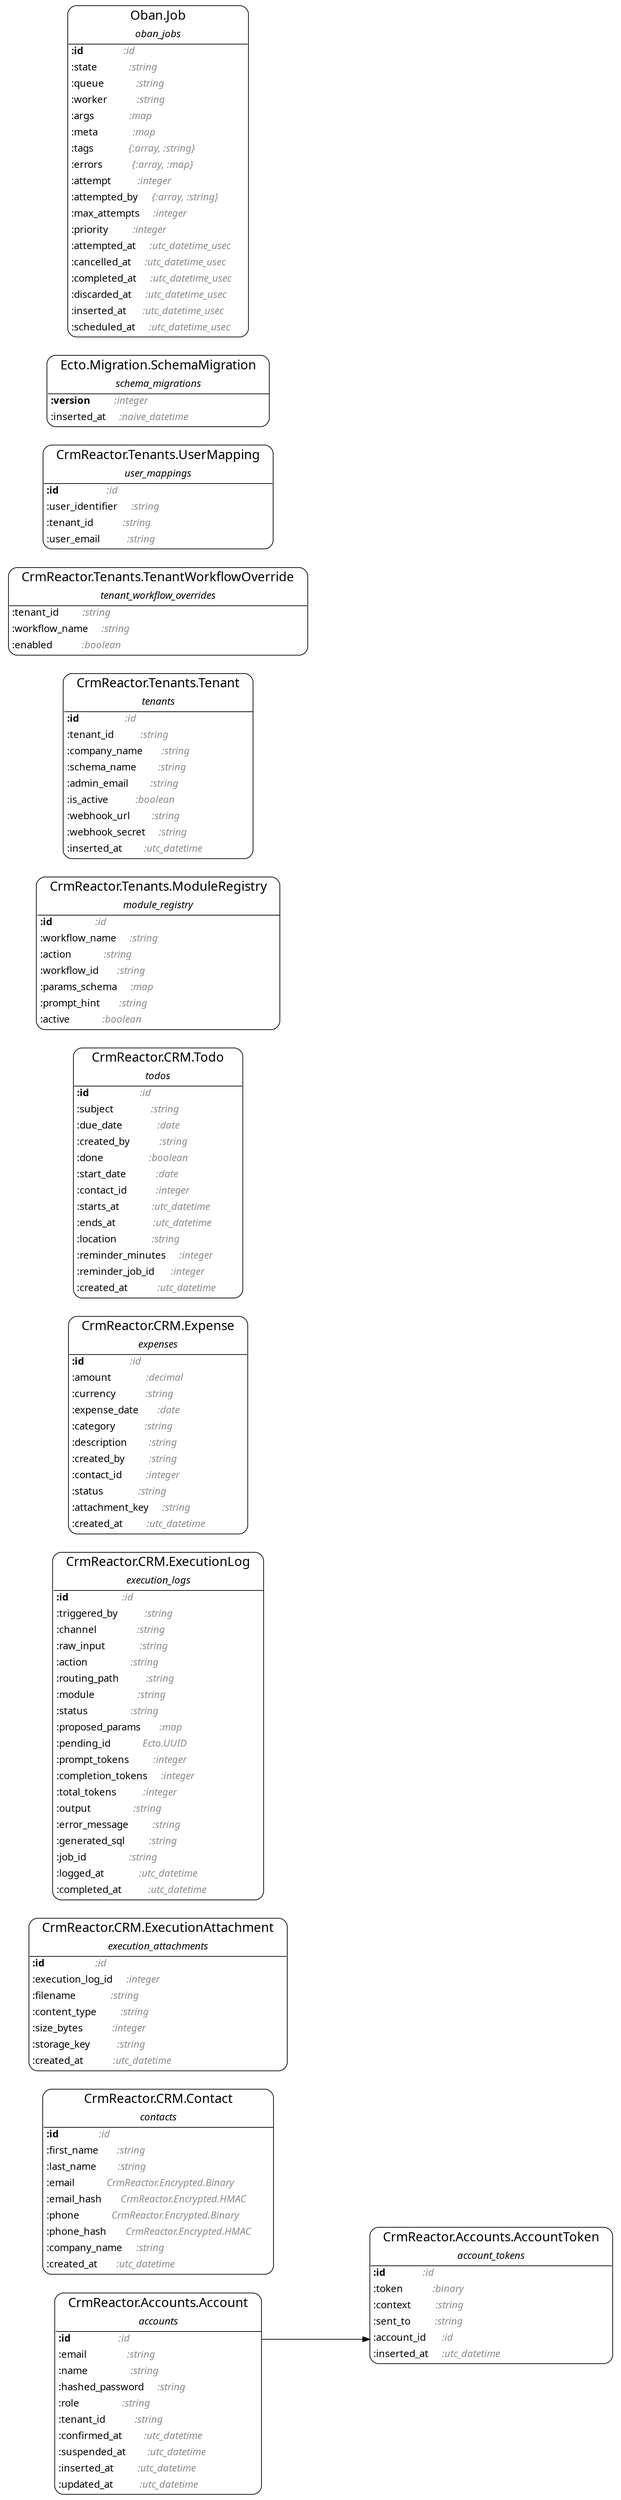
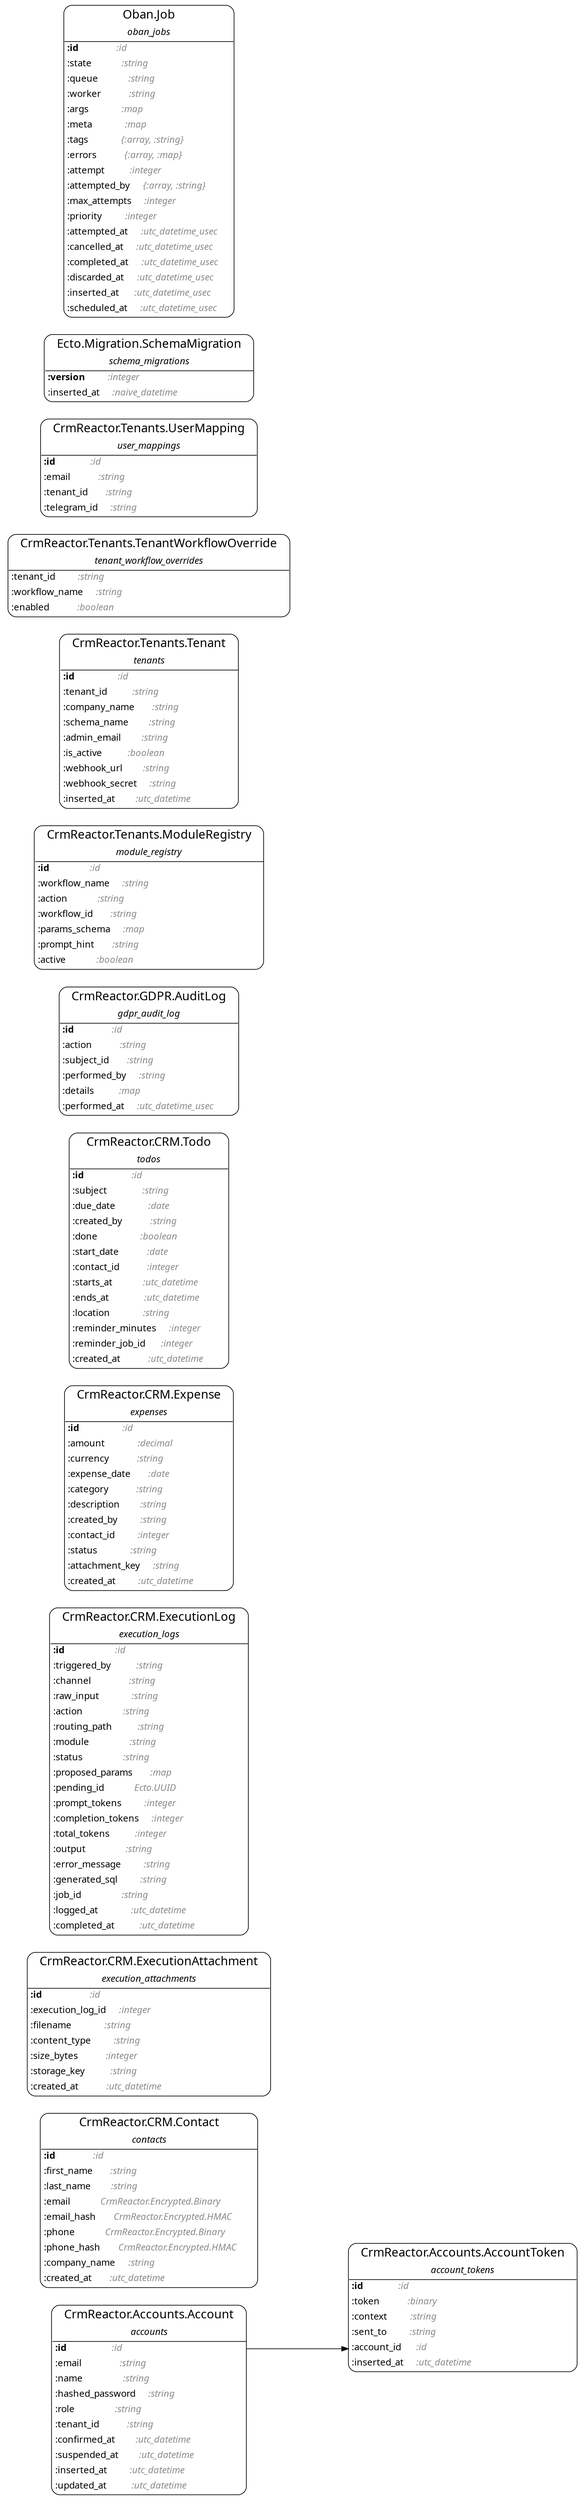
digraph {
  ranksep=1.0; rankdir=LR;
  node [shape = none, fontname="Roboto Mono"];
  "CrmReactor.Accounts.Account" [label= <<table align='left' border='1' style='rounded' cellspacing='0' cellpadding='4' cellborder='0'><tr><td port='header@schema_module'><font point-size='18'>   CrmReactor.Accounts.Account   </font></td></tr><tr><td border='1' sides='b' colspan='2'><font point-size='14'><i>accounts</i></font></td></tr><tr><td align='left' port='field@id'><b>:id                  </b><i><font color='gray54'>:id               </font></i></td></tr><tr><td align='left' port='field@email'>:email               <i><font color='gray54'>:string           </font></i></td></tr><tr><td align='left' port='field@name'>:name                <i><font color='gray54'>:string           </font></i></td></tr><tr><td align='left' port='field@hashed_password'>:hashed_password     <i><font color='gray54'>:string           </font></i></td></tr><tr><td align='left' port='field@role'>:role                <i><font color='gray54'>:string           </font></i></td></tr><tr><td align='left' port='field@tenant_id'>:tenant_id           <i><font color='gray54'>:string           </font></i></td></tr><tr><td align='left' port='field@confirmed_at'>:confirmed_at        <i><font color='gray54'>:utc_datetime     </font></i></td></tr><tr><td align='left' port='field@suspended_at'>:suspended_at        <i><font color='gray54'>:utc_datetime     </font></i></td></tr><tr><td align='left' port='field@inserted_at'>:inserted_at         <i><font color='gray54'>:utc_datetime     </font></i></td></tr><tr><td align='left' port='field@updated_at'>:updated_at          <i><font color='gray54'>:utc_datetime     </font></i></td></tr></table>>]
  "CrmReactor.Accounts.AccountToken" [label= <<table align='left' border='1' style='rounded' cellspacing='0' cellpadding='4' cellborder='0'><tr><td port='header@schema_module'><font point-size='18'>   CrmReactor.Accounts.AccountToken   </font></td></tr><tr><td border='1' sides='b' colspan='2'><font point-size='14'><i>account_tokens</i></font></td></tr><tr><td align='left' port='field@id'><b>:id              </b><i><font color='gray54'>:id               </font></i></td></tr><tr><td align='left' port='field@token'>:token           <i><font color='gray54'>:binary           </font></i></td></tr><tr><td align='left' port='field@context'>:context         <i><font color='gray54'>:string           </font></i></td></tr><tr><td align='left' port='field@sent_to'>:sent_to         <i><font color='gray54'>:string           </font></i></td></tr><tr><td align='left' port='field@account_id'>:account_id      <i><font color='gray54'>:id               </font></i></td></tr><tr><td align='left' port='field@inserted_at'>:inserted_at     <i><font color='gray54'>:utc_datetime     </font></i></td></tr></table>>]
  "CrmReactor.CRM.Contact" [label= <<table align='left' border='1' style='rounded' cellspacing='0' cellpadding='4' cellborder='0'><tr><td port='header@schema_module'><font point-size='18'>   CrmReactor.CRM.Contact   </font></td></tr><tr><td border='1' sides='b' colspan='2'><font point-size='14'><i>contacts</i></font></td></tr><tr><td align='left' port='field@id'><b>:id               </b><i><font color='gray54'>:id                             </font></i></td></tr><tr><td align='left' port='field@first_name'>:first_name       <i><font color='gray54'>:string                         </font></i></td></tr><tr><td align='left' port='field@last_name'>:last_name        <i><font color='gray54'>:string                         </font></i></td></tr><tr><td align='left' port='field@email'>:email            <i><font color='gray54'>CrmReactor.Encrypted.Binary     </font></i></td></tr><tr><td align='left' port='field@email_hash'>:email_hash       <i><font color='gray54'>CrmReactor.Encrypted.HMAC       </font></i></td></tr><tr><td align='left' port='field@phone'>:phone            <i><font color='gray54'>CrmReactor.Encrypted.Binary     </font></i></td></tr><tr><td align='left' port='field@phone_hash'>:phone_hash       <i><font color='gray54'>CrmReactor.Encrypted.HMAC       </font></i></td></tr><tr><td align='left' port='field@company_name'>:company_name     <i><font color='gray54'>:string                         </font></i></td></tr><tr><td align='left' port='field@created_at'>:created_at       <i><font color='gray54'>:utc_datetime                   </font></i></td></tr></table>>]
  "CrmReactor.CRM.ExecutionAttachment" [label= <<table align='left' border='1' style='rounded' cellspacing='0' cellpadding='4' cellborder='0'><tr><td port='header@schema_module'><font point-size='18'>   CrmReactor.CRM.ExecutionAttachment   </font></td></tr><tr><td border='1' sides='b' colspan='2'><font point-size='14'><i>execution_attachments</i></font></td></tr><tr><td align='left' port='field@id'><b>:id                   </b><i><font color='gray54'>:id               </font></i></td></tr><tr><td align='left' port='field@execution_log_id'>:execution_log_id     <i><font color='gray54'>:integer          </font></i></td></tr><tr><td align='left' port='field@filename'>:filename             <i><font color='gray54'>:string           </font></i></td></tr><tr><td align='left' port='field@content_type'>:content_type         <i><font color='gray54'>:string           </font></i></td></tr><tr><td align='left' port='field@size_bytes'>:size_bytes           <i><font color='gray54'>:integer          </font></i></td></tr><tr><td align='left' port='field@storage_key'>:storage_key          <i><font color='gray54'>:string           </font></i></td></tr><tr><td align='left' port='field@created_at'>:created_at           <i><font color='gray54'>:utc_datetime     </font></i></td></tr></table>>]
  "CrmReactor.CRM.ExecutionLog" [label= <<table align='left' border='1' style='rounded' cellspacing='0' cellpadding='4' cellborder='0'><tr><td port='header@schema_module'><font point-size='18'>   CrmReactor.CRM.ExecutionLog   </font></td></tr><tr><td border='1' sides='b' colspan='2'><font point-size='14'><i>execution_logs</i></font></td></tr><tr><td align='left' port='field@id'><b>:id                    </b><i><font color='gray54'>:id               </font></i></td></tr><tr><td align='left' port='field@triggered_by'>:triggered_by          <i><font color='gray54'>:string           </font></i></td></tr><tr><td align='left' port='field@channel'>:channel               <i><font color='gray54'>:string           </font></i></td></tr><tr><td align='left' port='field@raw_input'>:raw_input             <i><font color='gray54'>:string           </font></i></td></tr><tr><td align='left' port='field@action'>:action                <i><font color='gray54'>:string           </font></i></td></tr><tr><td align='left' port='field@routing_path'>:routing_path          <i><font color='gray54'>:string           </font></i></td></tr><tr><td align='left' port='field@module'>:module                <i><font color='gray54'>:string           </font></i></td></tr><tr><td align='left' port='field@status'>:status                <i><font color='gray54'>:string           </font></i></td></tr><tr><td align='left' port='field@proposed_params'>:proposed_params       <i><font color='gray54'>:map              </font></i></td></tr><tr><td align='left' port='field@pending_id'>:pending_id            <i><font color='gray54'>Ecto.UUID         </font></i></td></tr><tr><td align='left' port='field@prompt_tokens'>:prompt_tokens         <i><font color='gray54'>:integer          </font></i></td></tr><tr><td align='left' port='field@completion_tokens'>:completion_tokens     <i><font color='gray54'>:integer          </font></i></td></tr><tr><td align='left' port='field@total_tokens'>:total_tokens          <i><font color='gray54'>:integer          </font></i></td></tr><tr><td align='left' port='field@output'>:output                <i><font color='gray54'>:string           </font></i></td></tr><tr><td align='left' port='field@error_message'>:error_message         <i><font color='gray54'>:string           </font></i></td></tr><tr><td align='left' port='field@generated_sql'>:generated_sql         <i><font color='gray54'>:string           </font></i></td></tr><tr><td align='left' port='field@job_id'>:job_id                <i><font color='gray54'>:string           </font></i></td></tr><tr><td align='left' port='field@logged_at'>:logged_at             <i><font color='gray54'>:utc_datetime     </font></i></td></tr><tr><td align='left' port='field@completed_at'>:completed_at          <i><font color='gray54'>:utc_datetime     </font></i></td></tr></table>>]
  "CrmReactor.CRM.Expense" [label= <<table align='left' border='1' style='rounded' cellspacing='0' cellpadding='4' cellborder='0'><tr><td port='header@schema_module'><font point-size='18'>   CrmReactor.CRM.Expense   </font></td></tr><tr><td border='1' sides='b' colspan='2'><font point-size='14'><i>expenses</i></font></td></tr><tr><td align='left' port='field@id'><b>:id                 </b><i><font color='gray54'>:id               </font></i></td></tr><tr><td align='left' port='field@amount'>:amount             <i><font color='gray54'>:decimal          </font></i></td></tr><tr><td align='left' port='field@currency'>:currency           <i><font color='gray54'>:string           </font></i></td></tr><tr><td align='left' port='field@expense_date'>:expense_date       <i><font color='gray54'>:date             </font></i></td></tr><tr><td align='left' port='field@category'>:category           <i><font color='gray54'>:string           </font></i></td></tr><tr><td align='left' port='field@description'>:description        <i><font color='gray54'>:string           </font></i></td></tr><tr><td align='left' port='field@created_by'>:created_by         <i><font color='gray54'>:string           </font></i></td></tr><tr><td align='left' port='field@contact_id'>:contact_id         <i><font color='gray54'>:integer          </font></i></td></tr><tr><td align='left' port='field@status'>:status             <i><font color='gray54'>:string           </font></i></td></tr><tr><td align='left' port='field@attachment_key'>:attachment_key     <i><font color='gray54'>:string           </font></i></td></tr><tr><td align='left' port='field@created_at'>:created_at         <i><font color='gray54'>:utc_datetime     </font></i></td></tr></table>>]
  "CrmReactor.CRM.Todo" [label= <<table align='left' border='1' style='rounded' cellspacing='0' cellpadding='4' cellborder='0'><tr><td port='header@schema_module'><font point-size='18'>   CrmReactor.CRM.Todo   </font></td></tr><tr><td border='1' sides='b' colspan='2'><font point-size='14'><i>todos</i></font></td></tr><tr><td align='left' port='field@id'><b>:id                   </b><i><font color='gray54'>:id               </font></i></td></tr><tr><td align='left' port='field@subject'>:subject              <i><font color='gray54'>:string           </font></i></td></tr><tr><td align='left' port='field@due_date'>:due_date             <i><font color='gray54'>:date             </font></i></td></tr><tr><td align='left' port='field@created_by'>:created_by           <i><font color='gray54'>:string           </font></i></td></tr><tr><td align='left' port='field@done'>:done                 <i><font color='gray54'>:boolean          </font></i></td></tr><tr><td align='left' port='field@start_date'>:start_date           <i><font color='gray54'>:date             </font></i></td></tr><tr><td align='left' port='field@contact_id'>:contact_id           <i><font color='gray54'>:integer          </font></i></td></tr><tr><td align='left' port='field@starts_at'>:starts_at            <i><font color='gray54'>:utc_datetime     </font></i></td></tr><tr><td align='left' port='field@ends_at'>:ends_at              <i><font color='gray54'>:utc_datetime     </font></i></td></tr><tr><td align='left' port='field@location'>:location             <i><font color='gray54'>:string           </font></i></td></tr><tr><td align='left' port='field@reminder_minutes'>:reminder_minutes     <i><font color='gray54'>:integer          </font></i></td></tr><tr><td align='left' port='field@reminder_job_id'>:reminder_job_id      <i><font color='gray54'>:integer          </font></i></td></tr><tr><td align='left' port='field@created_at'>:created_at           <i><font color='gray54'>:utc_datetime     </font></i></td></tr></table>>]
+   "CrmReactor.GDPR.AuditLog" [label= <<table align='left' border='1' style='rounded' cellspacing='0' cellpadding='4' cellborder='0'><tr><td port='header@schema_module'><font point-size='18'>   CrmReactor.GDPR.AuditLog   </font></td></tr><tr><td border='1' sides='b' colspan='2'><font point-size='14'><i>gdpr_audit_log</i></font></td></tr><tr><td align='left' port='field@id'><b>:id               </b><i><font color='gray54'>:id                    </font></i></td></tr><tr><td align='left' port='field@action'>:action           <i><font color='gray54'>:string                </font></i></td></tr><tr><td align='left' port='field@subject_id'>:subject_id       <i><font color='gray54'>:string                </font></i></td></tr><tr><td align='left' port='field@performed_by'>:performed_by     <i><font color='gray54'>:string                </font></i></td></tr><tr><td align='left' port='field@details'>:details          <i><font color='gray54'>:map                   </font></i></td></tr><tr><td align='left' port='field@performed_at'>:performed_at     <i><font color='gray54'>:utc_datetime_usec     </font></i></td></tr></table>>]
  "CrmReactor.Tenants.ModuleRegistry" [label= <<table align='left' border='1' style='rounded' cellspacing='0' cellpadding='4' cellborder='0'><tr><td port='header@schema_module'><font point-size='18'>   CrmReactor.Tenants.ModuleRegistry   </font></td></tr><tr><td border='1' sides='b' colspan='2'><font point-size='14'><i>module_registry</i></font></td></tr><tr><td align='left' port='field@id'><b>:id                </b><i><font color='gray54'>:id          </font></i></td></tr><tr><td align='left' port='field@workflow_name'>:workflow_name     <i><font color='gray54'>:string      </font></i></td></tr><tr><td align='left' port='field@action'>:action            <i><font color='gray54'>:string      </font></i></td></tr><tr><td align='left' port='field@workflow_id'>:workflow_id       <i><font color='gray54'>:string      </font></i></td></tr><tr><td align='left' port='field@params_schema'>:params_schema     <i><font color='gray54'>:map         </font></i></td></tr><tr><td align='left' port='field@prompt_hint'>:prompt_hint       <i><font color='gray54'>:string      </font></i></td></tr><tr><td align='left' port='field@active'>:active            <i><font color='gray54'>:boolean     </font></i></td></tr></table>>]
  "CrmReactor.Tenants.Tenant" [label= <<table align='left' border='1' style='rounded' cellspacing='0' cellpadding='4' cellborder='0'><tr><td port='header@schema_module'><font point-size='18'>   CrmReactor.Tenants.Tenant   </font></td></tr><tr><td border='1' sides='b' colspan='2'><font point-size='14'><i>tenants</i></font></td></tr><tr><td align='left' port='field@id'><b>:id                 </b><i><font color='gray54'>:id               </font></i></td></tr><tr><td align='left' port='field@tenant_id'>:tenant_id          <i><font color='gray54'>:string           </font></i></td></tr><tr><td align='left' port='field@company_name'>:company_name       <i><font color='gray54'>:string           </font></i></td></tr><tr><td align='left' port='field@schema_name'>:schema_name        <i><font color='gray54'>:string           </font></i></td></tr><tr><td align='left' port='field@admin_email'>:admin_email        <i><font color='gray54'>:string           </font></i></td></tr><tr><td align='left' port='field@is_active'>:is_active          <i><font color='gray54'>:boolean          </font></i></td></tr><tr><td align='left' port='field@webhook_url'>:webhook_url        <i><font color='gray54'>:string           </font></i></td></tr><tr><td align='left' port='field@webhook_secret'>:webhook_secret     <i><font color='gray54'>:string           </font></i></td></tr><tr><td align='left' port='field@inserted_at'>:inserted_at        <i><font color='gray54'>:utc_datetime     </font></i></td></tr></table>>]
  "CrmReactor.Tenants.TenantWorkflowOverride" [label= <<table align='left' border='1' style='rounded' cellspacing='0' cellpadding='4' cellborder='0'><tr><td port='header@schema_module'><font point-size='18'>   CrmReactor.Tenants.TenantWorkflowOverride   </font></td></tr><tr><td border='1' sides='b' colspan='2'><font point-size='14'><i>tenant_workflow_overrides</i></font></td></tr><tr><td align='left' port='field@tenant_id'>:tenant_id         <i><font color='gray54'>:string      </font></i></td></tr><tr><td align='left' port='field@workflow_name'>:workflow_name     <i><font color='gray54'>:string      </font></i></td></tr><tr><td align='left' port='field@enabled'>:enabled           <i><font color='gray54'>:boolean     </font></i></td></tr></table>>]
-   "CrmReactor.Tenants.UserMapping" [label= <<table align='left' border='1' style='rounded' cellspacing='0' cellpadding='4' cellborder='0'><tr><td port='header@schema_module'><font point-size='18'>   CrmReactor.Tenants.UserMapping   </font></td></tr><tr><td border='1' sides='b' colspan='2'><font point-size='14'><i>user_mappings</i></font></td></tr><tr><td align='left' port='field@id'><b>:id                  </b><i><font color='gray54'>:id         </font></i></td></tr><tr><td align='left' port='field@user_identifier'>:user_identifier     <i><font color='gray54'>:string     </font></i></td></tr><tr><td align='left' port='field@tenant_id'>:tenant_id           <i><font color='gray54'>:string     </font></i></td></tr><tr><td align='left' port='field@user_email'>:user_email          <i><font color='gray54'>:string     </font></i></td></tr></table>>]
+   "CrmReactor.Tenants.UserMapping" [label= <<table align='left' border='1' style='rounded' cellspacing='0' cellpadding='4' cellborder='0'><tr><td port='header@schema_module'><font point-size='18'>   CrmReactor.Tenants.UserMapping   </font></td></tr><tr><td border='1' sides='b' colspan='2'><font point-size='14'><i>user_mappings</i></font></td></tr><tr><td align='left' port='field@id'><b>:id              </b><i><font color='gray54'>:id         </font></i></td></tr><tr><td align='left' port='field@email'>:email           <i><font color='gray54'>:string     </font></i></td></tr><tr><td align='left' port='field@tenant_id'>:tenant_id       <i><font color='gray54'>:string     </font></i></td></tr><tr><td align='left' port='field@telegram_id'>:telegram_id     <i><font color='gray54'>:string     </font></i></td></tr></table>>]
  "Ecto.Migration.SchemaMigration" [label= <<table align='left' border='1' style='rounded' cellspacing='0' cellpadding='4' cellborder='0'><tr><td port='header@schema_module'><font point-size='18'>   Ecto.Migration.SchemaMigration   </font></td></tr><tr><td border='1' sides='b' colspan='2'><font point-size='14'><i>schema_migrations</i></font></td></tr><tr><td align='left' port='field@version'><b>:version         </b><i><font color='gray54'>:integer            </font></i></td></tr><tr><td align='left' port='field@inserted_at'>:inserted_at     <i><font color='gray54'>:naive_datetime     </font></i></td></tr></table>>]
  "Oban.Job" [label= <<table align='left' border='1' style='rounded' cellspacing='0' cellpadding='4' cellborder='0'><tr><td port='header@schema_module'><font point-size='18'>   Oban.Job   </font></td></tr><tr><td border='1' sides='b' colspan='2'><font point-size='14'><i>oban_jobs</i></font></td></tr><tr><td align='left' port='field@id'><b>:id               </b><i><font color='gray54'>:id                    </font></i></td></tr><tr><td align='left' port='field@state'>:state            <i><font color='gray54'>:string                </font></i></td></tr><tr><td align='left' port='field@queue'>:queue            <i><font color='gray54'>:string                </font></i></td></tr><tr><td align='left' port='field@worker'>:worker           <i><font color='gray54'>:string                </font></i></td></tr><tr><td align='left' port='field@args'>:args             <i><font color='gray54'>:map                   </font></i></td></tr><tr><td align='left' port='field@meta'>:meta             <i><font color='gray54'>:map                   </font></i></td></tr><tr><td align='left' port='field@tags'>:tags             <i><font color='gray54'>{:array, :string}      </font></i></td></tr><tr><td align='left' port='field@errors'>:errors           <i><font color='gray54'>{:array, :map}         </font></i></td></tr><tr><td align='left' port='field@attempt'>:attempt          <i><font color='gray54'>:integer               </font></i></td></tr><tr><td align='left' port='field@attempted_by'>:attempted_by     <i><font color='gray54'>{:array, :string}      </font></i></td></tr><tr><td align='left' port='field@max_attempts'>:max_attempts     <i><font color='gray54'>:integer               </font></i></td></tr><tr><td align='left' port='field@priority'>:priority         <i><font color='gray54'>:integer               </font></i></td></tr><tr><td align='left' port='field@attempted_at'>:attempted_at     <i><font color='gray54'>:utc_datetime_usec     </font></i></td></tr><tr><td align='left' port='field@cancelled_at'>:cancelled_at     <i><font color='gray54'>:utc_datetime_usec     </font></i></td></tr><tr><td align='left' port='field@completed_at'>:completed_at     <i><font color='gray54'>:utc_datetime_usec     </font></i></td></tr><tr><td align='left' port='field@discarded_at'>:discarded_at     <i><font color='gray54'>:utc_datetime_usec     </font></i></td></tr><tr><td align='left' port='field@inserted_at'>:inserted_at      <i><font color='gray54'>:utc_datetime_usec     </font></i></td></tr><tr><td align='left' port='field@scheduled_at'>:scheduled_at     <i><font color='gray54'>:utc_datetime_usec     </font></i></td></tr></table>>]

  "CrmReactor.Accounts.Account":"field@id":e -> "CrmReactor.Accounts.AccountToken":"field@account_id":w
}
